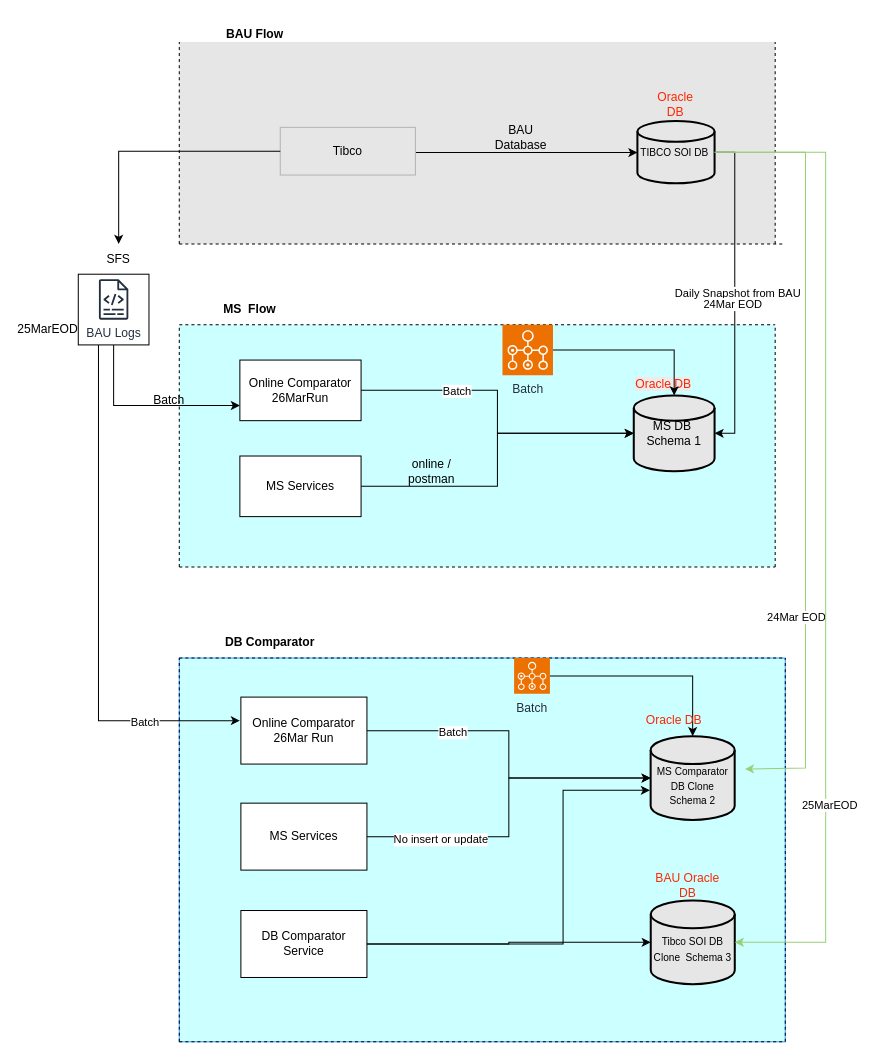
Above: page "table-comparator-snapshot" (3 of 4) of archtecture_diagram/Batch_File_Arch.drawio in vigneswaran-svm/tibco_architecture (draw.io), before the change. Source tidied: cells renumbered, new cells numbered last; positions are measured from the earlier drawing's top-left corner, leaving out a move shared by most shapes. Both pictures are drawn from the tidied source at 101%, with x=0, y=0 at pixel (17, 16).
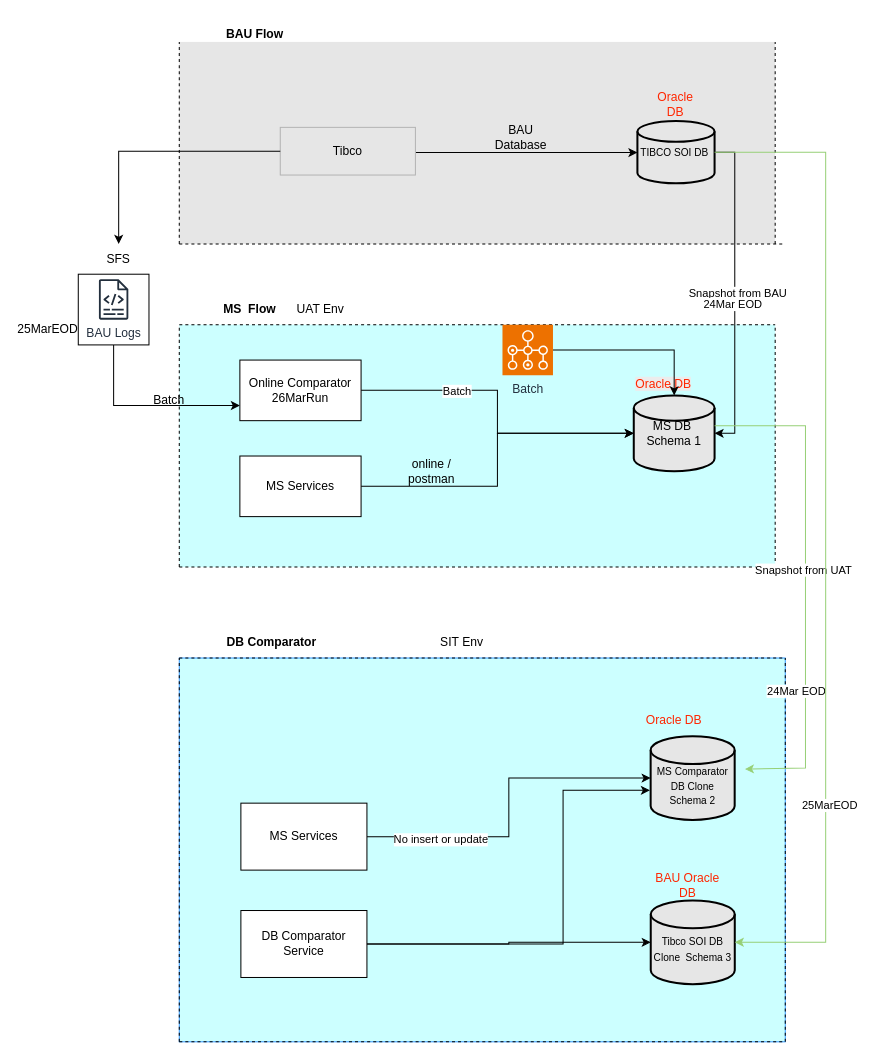
The same diagram, later.

Unchanged cells that the change refers to:
```xml
<mxCell id="9" value="&lt;font style=&quot;font-size: 10px;&quot;&gt;TIBCO SOI DB&amp;nbsp;&lt;/font&gt;" style="strokeWidth=2;html=1;shape=mxgraph.flowchart.database;whiteSpace=wrap;fillColor=#E6E6E6;" parent="6" vertex="1">
  <mxGeometry x="353.6" y="53.4" width="76.4" height="61.6" as="geometry" />
</mxCell>
<mxCell id="20" value="MS DB&amp;nbsp;&lt;div&gt;Schema 1&lt;/div&gt;" style="strokeWidth=2;html=1;shape=mxgraph.flowchart.database;whiteSpace=wrap;fillColor=#E6E6E6;" parent="12" vertex="1">
  <mxGeometry x="450" y="70" width="80" height="75" as="geometry" />
</mxCell>
<mxCell id="28" style="whiteSpace=wrap;html=1;" parent="27" vertex="1">
  <mxGeometry y="30" width="70" height="70" as="geometry" />
</mxCell>
<mxCell id="35" style="edgeStyle=orthogonalEdgeStyle;rounded=0;jettySize=auto;html=1;entryX=1;entryY=0.5;entryDx=0;entryDy=0;entryPerimeter=0;" parent="1" edge="1" source="9" target="20">
  <mxGeometry relative="1" as="geometry">
    <Array as="points">
      <mxPoint x="710" y="134" />
      <mxPoint x="710" y="413" />
    </Array>
  </mxGeometry>
</mxCell>
<mxCell id="43" style="group;" parent="38" vertex="1">
  <mxGeometry x="61" width="489" height="210" as="geometry" />
</mxCell>
<mxCell id="47" value="&lt;div&gt;&lt;font style=&quot;font-size: 10px;&quot;&gt;&lt;br&gt;&lt;/font&gt;&lt;/div&gt;&lt;font style=&quot;font-size: 10px;&quot;&gt;MS Comparator DB&amp;nbsp;&lt;/font&gt;&lt;span style=&quot;font-size: 10px;&quot;&gt;Clone&lt;/span&gt;&lt;div&gt;&lt;div&gt;&lt;font style=&quot;font-size: 10px;&quot;&gt;Schema 2&lt;/font&gt;&lt;/div&gt;&lt;/div&gt;" style="strokeWidth=2;html=1;shape=mxgraph.flowchart.database;whiteSpace=wrap;fillColor=#E6E6E6;" parent="43" vertex="1">
  <mxGeometry x="405.7" y="77.4" width="83.2" height="82.9" as="geometry" />
</mxCell>
```

Change to the diagram source:
```diff
@@
-    <mxCell id="36" value="Daily Snapshot from BAU" style="edgeLabel;html=1;align=center;verticalAlign=middle;" parent="35" vertex="1">
+    <mxCell id="36" value="Snapshot from BAU" style="edgeLabel;html=1;align=center;verticalAlign=middle;" parent="35" vertex="1">
       <mxGeometry y="2" relative="1" as="geometry" />
     </mxCell>
@@
-    <mxCell id="44" style="edgeStyle=orthogonalEdgeStyle;rounded=0;jettySize=auto;html=1;" parent="43" edge="1" source="46" target="47">
-      <mxGeometry relative="1" as="geometry" />
-    </mxCell>
-    <mxCell id="45" value="Batch" style="edgeLabel;html=1;align=center;verticalAlign=middle;" parent="44" vertex="1">
-      <mxGeometry x="-0.48" y="-2" relative="1" as="geometry" />
-    </mxCell>
-    <mxCell id="46" value="Online Comparator&lt;div&gt;26Mar Run&lt;/div&gt;" style="rounded=0;whiteSpace=wrap;html=1;" parent="43" vertex="1">
-      <mxGeometry y="38.7" width="124.8" height="66.3" as="geometry" />
-    </mxCell>
@@
-    <mxCell id="51" style="edgeStyle=orthogonalEdgeStyle;rounded=0;jettySize=auto;html=1;" parent="43" edge="1" source="52" target="47">
-      <mxGeometry relative="1" as="geometry" />
-    </mxCell>
-    <mxCell id="52" value="Batch" style="sketch=0;points=[[0,0,0],[0.25,0,0],[0.5,0,0],[0.75,0,0],[1,0,0],[0,1,0],[0.25,1,0],[0.5,1,0],[0.75,1,0],[1,1,0],[0,0.25,0],[0,0.5,0],[0,0.75,0],[1,0.25,0],[1,0.5,0],[1,0.75,0]];outlineConnect=0;fontColor=#232F3E;fillColor=#ED7100;strokeColor=#ffffff;dashed=0;verticalLabelPosition=bottom;verticalAlign=top;align=center;html=1;fontSize=12;fontStyle=0;shape=mxgraph.aws4.resourceIcon;resIcon=mxgraph.aws4.batch;" parent="43" vertex="1">
-      <mxGeometry x="270.5" width="35.5" height="35.5" as="geometry" />
-    </mxCell>
@@
-    <mxCell id="59" value="&lt;b&gt;DB Comparator&lt;/b&gt;" style="text;html=1;whiteSpace=wrap;strokeColor=none;fillColor=none;align=center;verticalAlign=middle;rounded=0;" parent="1" vertex="1">
+    <mxCell id="59" value="&lt;b&gt;&amp;nbsp;DB Comparator&lt;/b&gt;" style="text;html=1;whiteSpace=wrap;strokeColor=none;fillColor=none;align=center;verticalAlign=middle;rounded=0;" parent="1" vertex="1">
       <mxGeometry x="190" y="605" width="120" height="30" as="geometry" />
     </mxCell>
-    <mxCell id="60" style="edgeStyle=orthogonalEdgeStyle;rounded=0;jettySize=auto;html=1;" parent="1" edge="1" source="28">
-      <mxGeometry relative="1" as="geometry">
-        <mxPoint x="220" y="697" as="targetPoint" />
-        <Array as="points">
-          <mxPoint x="80" y="697" />
-        </Array>
-      </mxGeometry>
-    </mxCell>
-    <mxCell id="61" value="Batch" style="edgeLabel;html=1;align=center;verticalAlign=middle;" parent="60" vertex="1">
-      <mxGeometry x="0.63" y="-1" relative="1" as="geometry" />
-    </mxCell>
-    <mxCell id="62" style="edgeStyle=orthogonalEdgeStyle;rounded=0;jettySize=auto;html=1;strokeColor=#97D077;" parent="1" edge="1" source="9">
+    <mxCell id="62" style="edgeStyle=orthogonalEdgeStyle;rounded=0;jettySize=auto;html=1;strokeColor=#97D077;" parent="1" edge="1" source="20">
       <mxGeometry relative="1" as="geometry">
         <mxPoint x="720" y="745" as="targetPoint" />
         <Array as="points">
-          <mxPoint x="780" y="134" />
+          <mxPoint x="780" y="405" />
           <mxPoint x="780" y="744" />
+          <mxPoint x="720" y="744" />
         </Array>
       </mxGeometry>
     </mxCell>
@@
+    <mxCell id="68" value="Snapshot from UAT" style="edgeLabel;html=1;align=center;verticalAlign=middle;" parent="62" vertex="1">
+      <mxGeometry x="-0.05" y="-3" relative="1" as="geometry" />
+    </mxCell>
@@
+    <mxCell id="69" value="UAT Env" style="text;html=1;whiteSpace=wrap;strokeColor=none;fillColor=none;align=center;verticalAlign=middle;rounded=0;" parent="1" vertex="1">
+      <mxGeometry x="270" y="275" width="60" height="30" as="geometry" />
+    </mxCell>
+    <mxCell id="70" value="SIT Env" style="text;html=1;whiteSpace=wrap;strokeColor=none;fillColor=none;align=center;verticalAlign=middle;rounded=0;" parent="1" vertex="1">
+      <mxGeometry x="410" y="605" width="60" height="30" as="geometry" />
+    </mxCell>
```
